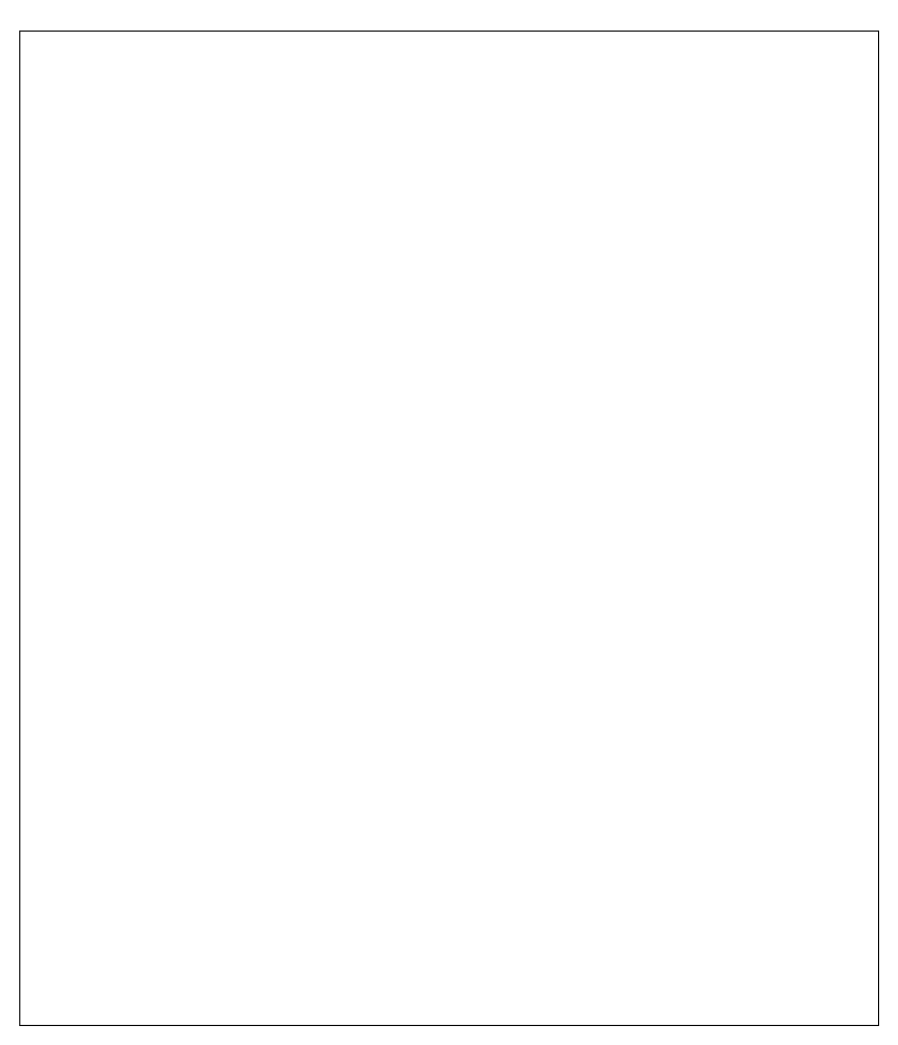
josura/HCI keeps this draw.io diagram as project/Persona1.drawio. Above is the earlier version. Source tidied: cells renumbered, new cells numbered last; positions are measured from the earlier drawing's top-left corner, leaving out a move shared by most shapes. Both pictures are drawn from the tidied source at 113%, with x=0, y=0 at pixel (19, 31).
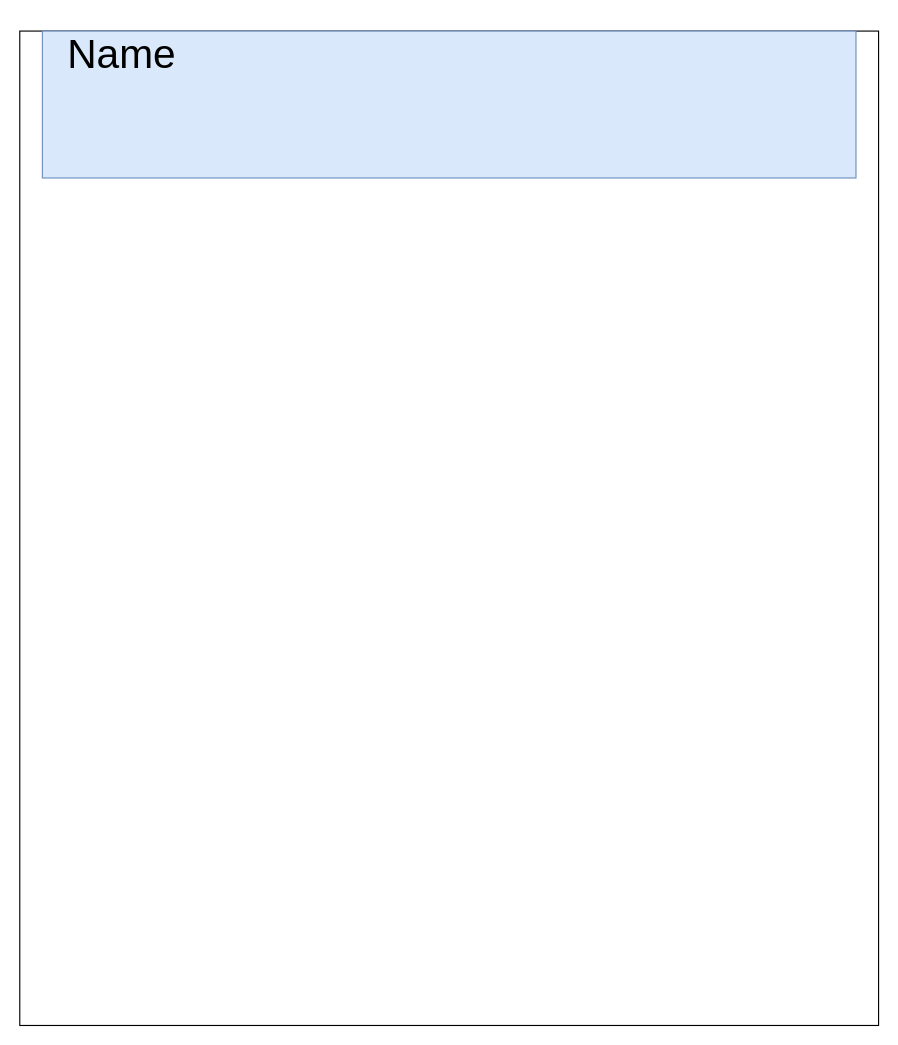
After the change.

What changed in the source:
```diff
@@
 <mxGraphModel>
   <root>
     <mxCell id="0" />
     <mxCell id="1" parent="0" />
     <mxCell id="2" style="rounded=0;whiteSpace=wrap;html=1;" parent="1" vertex="1">
       <mxGeometry width="760" height="880" as="geometry" />
     </mxCell>
+    <mxCell id="3" style="rounded=0;whiteSpace=wrap;html=1;fillColor=#dae8fc;strokeColor=#6c8ebf;" parent="1" vertex="1">
+      <mxGeometry x="20" width="720" height="130" as="geometry" />
+    </mxCell>
+    <mxCell id="4" value="&lt;font style=&quot;font-size: 36px;&quot;&gt;Name&lt;/font&gt;" style="text;html=1;align=center;verticalAlign=middle;strokeColor=none;fillColor=none;" parent="1" vertex="1">
+      <mxGeometry x="30" y="-10" width="120" height="60" as="geometry" />
+    </mxCell>
   </root>
 </mxGraphModel>
```
